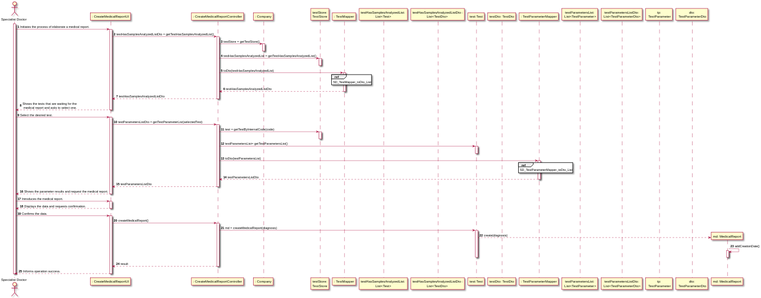
The PlantUML diagram docs/SprintC/US14/US14_SD.svg in manu-07-ela/LAPR2_ISEP, before a commit. Source of this version:
```plantuml
@startuml
autonumber
actor "Specialist Doctor" as Doctor

participant ": CreateMedicalReportUI" as UI
participant ": CreateMedicalReportController" as CTRL
participant ": Company" as Comp
participant "testStore:\nTestStore" as TS
participant ": TestMapper" as tMAPPER
participant "testHasSamplesAnalyzedList: \nList<Test>" as List
participant "testHasSamplesAnalyzedListDto :\nList<TestDto> " as TDto
participant "test:Test" as TEST
participant "testDto: TestDto" as TestDtoc
participant ": TestParameterMapper" as tpMAPPER
participant "testParametersList:\n List<TestParameter>" as lTP
participant "testParametersListDto:\n List<TestParameterDto>" as lTPDto
participant "tp:\n TestParameter" as TP
participant "dto:\n TestParameterDto" as TPDto
participant "md: MedicalReport" as REPORT

activate Doctor
Doctor -> UI : Initiates the process of elaborate a medical report.
activate UI
UI -> CTRL : testHasSamplesAnalyzedListDto = getTestHasSamplesAnalyzedList()
activate CTRL
CTRL -> Comp : testStore = getTestStore()
activate Comp
deactivate Comp
CTRL -> TS : testHasSamplesAnalyzedList = getTestHasSamplesAnalyzedList()
activate TS
deactivate TS
CTRL -> tMAPPER : toDto(testHasSamplesAnalyzedList)
activate tMAPPER
ref over tMAPPER
SD_TestMapper_toDto_List
end ref
tMAPPER --> CTRL : testHasSamplesAnalyzedListDto
deactivate tMAPPER
CTRL --> UI : testHasSamplesAnalyzedListDto
deactivate CTRL
UI --> Doctor : Shows the tests that are waiting for the \n medical report and asks to select one.
deactivate UI

Doctor -> UI :  Select the desired test.
activate UI
UI -> CTRL : testParametersListDto = getTestParameterList(selectedTest)
activate CTRL
CTRL -> TS : test = getTestByInternalCode(code)
activate TS
deactivate TS
CTRL -> TEST : testParametersList= getTestParametersList()
activate TEST
deactivate TEST
CTRL -> tpMAPPER : toDto(testParametersList)
activate tpMAPPER
ref over tpMAPPER
SD_TestParameterMapper_toDto_List
end ref
tpMAPPER --> CTRL : testParametersListDto
deactivate tpMAPPER
CTRL --> UI : testParametersListDto
deactivate CTRL
UI --> Doctor : Shows the parameter results and request the medical report.
deactivate UI

Doctor-> UI : Introduces the medical report.
activate UI

UI --> Doctor : Displays the data and requests confirmation.
deactivate UI

Doctor-> UI : Confirms the data.
activate UI
UI -> CTRL: createMedicalReport()
activate CTRL
CTRL -> TEST : md = createMedicalReport(diagnosis)
activate TEST
TEST --> REPORT** : create(diagnosis)
REPORT -> REPORT : addCreationDate()
activate REPORT
deactivate REPORT
deactivate TEST
CTRL --> UI : result
deactivate CTRL
UI --> Doctor : Informs operation success.
deactivate UI

deactivate Doctor



@enduml
```
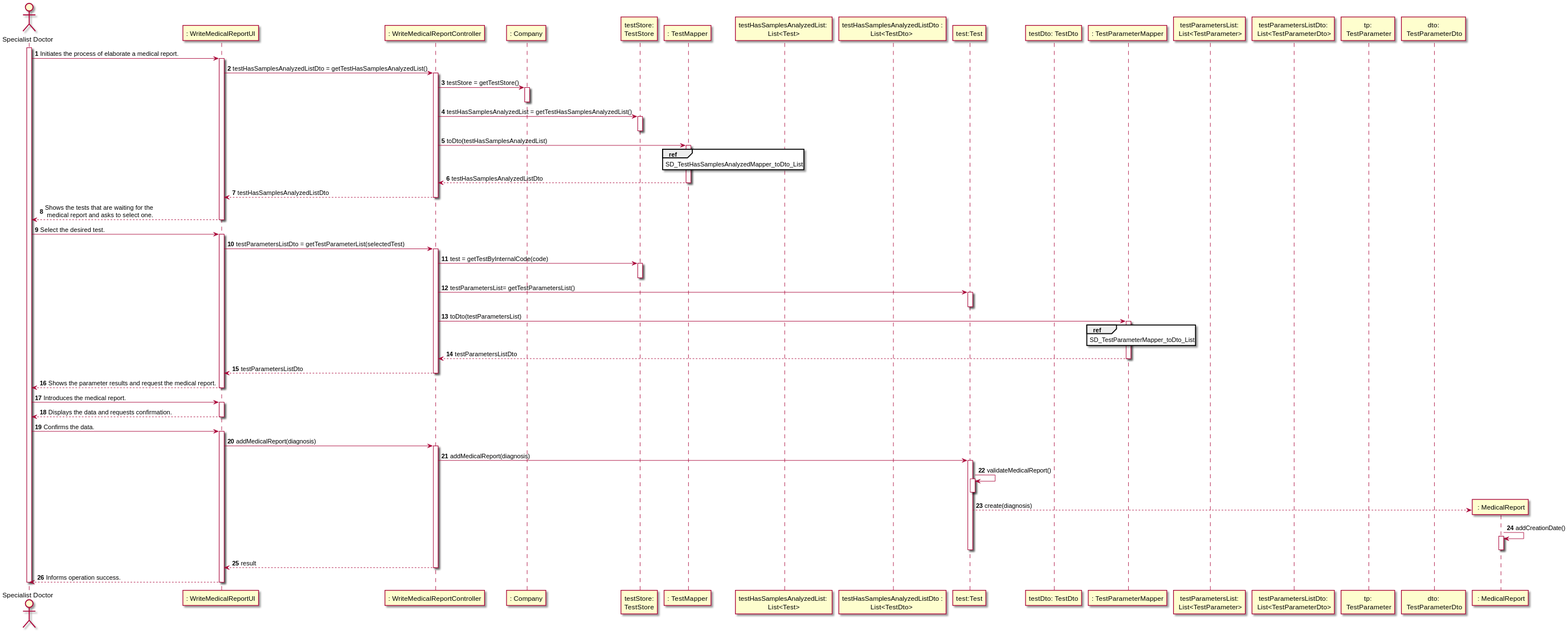
The same diagram one commit later.

Commit message:
addition of the global validation of the medical report - us14 sd

Diff of the diagram source:
```diff
@@ -2,8 +2,8 @@
 autonumber
 actor "Specialist Doctor" as Doctor
 
-participant ": CreateMedicalReportUI" as UI
-participant ": CreateMedicalReportController" as CTRL
+participant ": WriteMedicalReportUI" as UI
+participant ": WriteMedicalReportController" as CTRL
 participant ": Company" as Comp
 participant "testStore:\nTestStore" as TS
 participant ": TestMapper" as tMAPPER
@@ -16,7 +16,7 @@
 participant "testParametersListDto:\n List<TestParameterDto>" as lTPDto
 participant "tp:\n TestParameter" as TP
 participant "dto:\n TestParameterDto" as TPDto
-participant "md: MedicalReport" as REPORT
+participant " : MedicalReport" as REPORT
 
 activate Doctor
 Doctor -> UI : Initiates the process of elaborate a medical report.
@@ -32,7 +32,7 @@
 CTRL -> tMAPPER : toDto(testHasSamplesAnalyzedList)
 activate tMAPPER
 ref over tMAPPER
-SD_TestMapper_toDto_List
+SD_TestHasSamplesAnalyzedMapper_toDto_List
 end ref
 tMAPPER --> CTRL : testHasSamplesAnalyzedListDto
 deactivate tMAPPER
@@ -71,10 +71,13 @@
 
 Doctor-> UI : Confirms the data.
 activate UI
-UI -> CTRL: createMedicalReport()
+UI -> CTRL: addMedicalReport(diagnosis)
 activate CTRL
-CTRL -> TEST : md = createMedicalReport(diagnosis)
+CTRL -> TEST : addMedicalReport(diagnosis)
 activate TEST
+TEST -> TEST : validateMedicalReport()
+activate TEST
+deactivate TEST
 TEST --> REPORT** : create(diagnosis)
 REPORT -> REPORT : addCreationDate()
 activate REPORT
```
